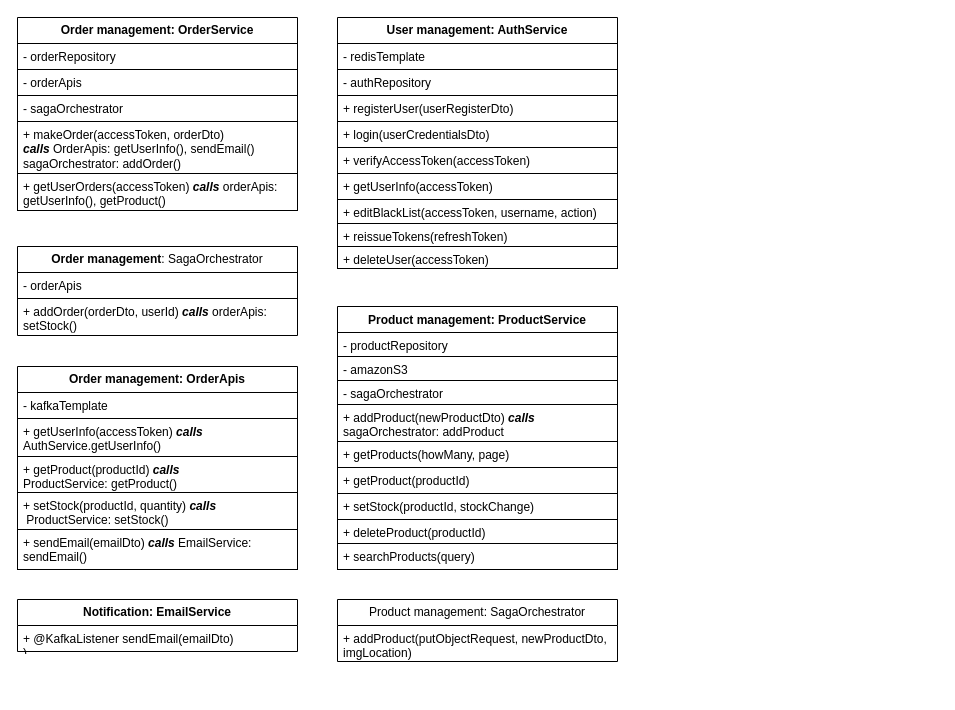
Above: Architecture/class_relationship.drawio in vacu9708/Shopping-mall (draw.io), before the change. Source tidied: cells renumbered, new cells numbered last; positions are measured from the earlier drawing's top-left corner, leaving out a move shared by most shapes. Both pictures are drawn from the tidied source at 100%, with x=0, y=0 at pixel (17, 17).
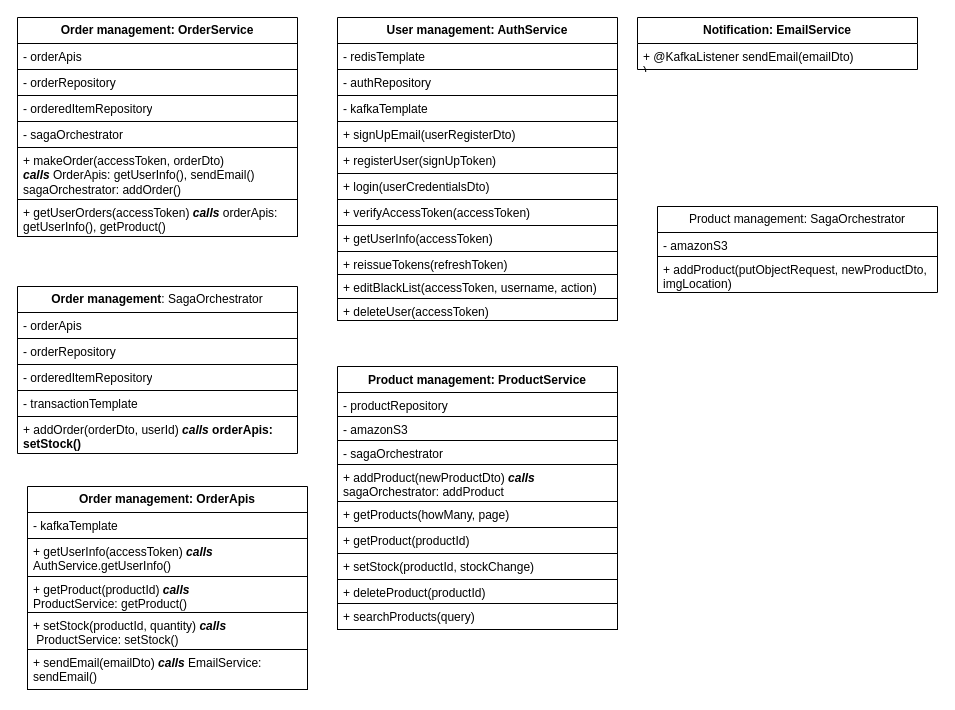
Above is the later version.

Change to the diagram source:
```diff
@@
     <mxCell id="2" value="&lt;b&gt;Order management: OrderService&lt;/b&gt;" style="swimlane;fontStyle=0;horizontal=1;startSize=26;fillColor=none;whiteSpace=wrap;html=1;" parent="1" vertex="1">
-      <mxGeometry width="280" height="193" as="geometry" />
+      <mxGeometry width="280" height="219" as="geometry" />
     </mxCell>
+    <mxCell id="4" value="- orderApis" style="text;strokeColor=default;fillColor=default;align=left;verticalAlign=top;spacingLeft=4;spacingRight=4;overflow=hidden;whiteSpace=wrap;html=1;" parent="2" vertex="1">
+      <mxGeometry y="26" width="280" height="26" as="geometry" />
+    </mxCell>
     <mxCell id="3" value="- orderRepository" style="text;strokeColor=default;fillColor=default;align=left;verticalAlign=top;spacingLeft=4;spacingRight=4;overflow=hidden;whiteSpace=wrap;html=1;" parent="2" vertex="1">
-      <mxGeometry y="26" width="280" height="26" as="geometry" />
+      <mxGeometry y="52" width="280" height="26" as="geometry" />
     </mxCell>
-    <mxCell id="4" value="- orderApis" style="text;strokeColor=default;fillColor=default;align=left;verticalAlign=top;spacingLeft=4;spacingRight=4;overflow=hidden;whiteSpace=wrap;html=1;" parent="2" vertex="1">
-      <mxGeometry y="52" width="280" height="26" as="geometry" />
-    </mxCell>
+    <mxCell id="41" value="-&amp;nbsp;orderedItemRepository" style="text;strokeColor=default;fillColor=default;align=left;verticalAlign=top;spacingLeft=4;spacingRight=4;overflow=hidden;whiteSpace=wrap;html=1;" parent="2" vertex="1">
+      <mxGeometry y="78" width="280" height="26" as="geometry" />
+    </mxCell>
     <mxCell id="5" value="- sagaOrchestrator" style="text;strokeColor=default;fillColor=default;align=left;verticalAlign=top;spacingLeft=4;spacingRight=4;overflow=hidden;whiteSpace=wrap;html=1;" parent="2" vertex="1">
-      <mxGeometry y="78" width="280" height="26" as="geometry" />
+      <mxGeometry y="104" width="280" height="26" as="geometry" />
     </mxCell>
     <mxCell id="6" value="&lt;div style=&quot;&quot;&gt;&lt;span style=&quot;background-color: initial;&quot;&gt;+ makeOrder(accessToken, orderDto) &lt;b&gt;&lt;i&gt;calls&lt;/i&gt;&lt;/b&gt;&amp;nbsp;OrderApis: getUserInfo(), sendEmail()&amp;nbsp; sagaOrchestrator: addOrder()&lt;/span&gt;&lt;/div&gt;" style="text;strokeColor=default;fillColor=default;align=left;verticalAlign=top;spacingLeft=4;spacingRight=4;overflow=hidden;whiteSpace=wrap;html=1;" parent="2" vertex="1">
-      <mxGeometry y="104" width="280" height="52" as="geometry" />
+      <mxGeometry y="130" width="280" height="52" as="geometry" />
     </mxCell>
     <mxCell id="7" value="&lt;div style=&quot;&quot;&gt;+ getUserOrders(accessToken)&amp;nbsp;&lt;b&gt;&lt;i&gt;calls &lt;/i&gt;&lt;/b&gt;orderApis: getUserInfo(), getProduct()&lt;/div&gt;" style="text;strokeColor=default;fillColor=default;align=left;verticalAlign=top;spacingLeft=4;spacingRight=4;overflow=hidden;whiteSpace=wrap;html=1;" parent="2" vertex="1">
-      <mxGeometry y="156" width="280" height="37" as="geometry" />
+      <mxGeometry y="182" width="280" height="37" as="geometry" />
     </mxCell>
     <mxCell id="8" value="&lt;b&gt;User management: AuthService&lt;/b&gt;" style="swimlane;fontStyle=0;horizontal=1;startSize=26;fillColor=none;whiteSpace=wrap;html=1;" parent="1" vertex="1">
-      <mxGeometry x="320" width="280" height="251" as="geometry" />
+      <mxGeometry x="320" width="280" height="303" as="geometry" />
     </mxCell>
@@
+    <mxCell id="42" value="- kafkaTemplate" style="text;strokeColor=default;fillColor=none;align=left;verticalAlign=top;spacingLeft=4;spacingRight=4;overflow=hidden;whiteSpace=wrap;html=1;" parent="8" vertex="1">
+      <mxGeometry y="78" width="280" height="26" as="geometry" />
+    </mxCell>
+    <mxCell id="43" value="+ signUpEmail(userRegisterDto)" style="text;strokeColor=default;fillColor=none;align=left;verticalAlign=top;spacingLeft=4;spacingRight=4;overflow=hidden;whiteSpace=wrap;html=1;" parent="8" vertex="1">
+      <mxGeometry y="104" width="280" height="26" as="geometry" />
+    </mxCell>
-    <mxCell id="11" value="+ registerUser(userRegisterDto)" style="text;strokeColor=default;fillColor=none;align=left;verticalAlign=top;spacingLeft=4;spacingRight=4;overflow=hidden;whiteSpace=wrap;html=1;" parent="8" vertex="1">
-      <mxGeometry y="78" width="280" height="26" as="geometry" />
+    <mxCell id="11" value="+ registerUser(signUpToken)" style="text;strokeColor=default;fillColor=none;align=left;verticalAlign=top;spacingLeft=4;spacingRight=4;overflow=hidden;whiteSpace=wrap;html=1;" parent="8" vertex="1">
+      <mxGeometry y="130" width="280" height="26" as="geometry" />
     </mxCell>
     <mxCell id="12" value="+ login(userCredentialsDto&lt;span style=&quot;background-color: initial;&quot;&gt;)&lt;/span&gt;" style="text;strokeColor=default;fillColor=none;align=left;verticalAlign=top;spacingLeft=4;spacingRight=4;overflow=hidden;whiteSpace=wrap;html=1;" parent="8" vertex="1">
-      <mxGeometry y="104" width="280" height="26" as="geometry" />
+      <mxGeometry y="156" width="280" height="26" as="geometry" />
     </mxCell>
     <mxCell id="13" value="&lt;p style=&quot;margin-top: 0pt; margin-bottom: 0pt; margin-left: 0in; direction: ltr; unicode-bidi: embed; word-break: normal;&quot;&gt;+ verifyAccessToken(accessToken)&lt;br&gt;&lt;/p&gt;" style="text;strokeColor=default;fillColor=none;align=left;verticalAlign=top;spacingLeft=4;spacingRight=4;overflow=hidden;whiteSpace=wrap;html=1;" parent="8" vertex="1">
-      <mxGeometry y="130" width="280" height="26" as="geometry" />
+      <mxGeometry y="182" width="280" height="26" as="geometry" />
     </mxCell>
     <mxCell id="14" value="+ getUserInfo(accessToken)" style="text;strokeColor=default;fillColor=none;align=left;verticalAlign=top;spacingLeft=4;spacingRight=4;overflow=hidden;whiteSpace=wrap;html=1;" parent="8" vertex="1">
-      <mxGeometry y="156" width="280" height="26" as="geometry" />
+      <mxGeometry y="208" width="280" height="26" as="geometry" />
     </mxCell>
+    <mxCell id="16" value="&lt;p style=&quot;margin-top: 0pt; margin-bottom: 0pt; margin-left: 0in; direction: ltr; unicode-bidi: embed; word-break: normal;&quot;&gt;+ reissueTokens(refreshToken)&lt;/p&gt;" style="text;strokeColor=default;fillColor=none;align=left;verticalAlign=top;spacingLeft=4;spacingRight=4;overflow=hidden;whiteSpace=wrap;html=1;" parent="8" vertex="1">
+      <mxGeometry y="234" width="280" height="23" as="geometry" />
+    </mxCell>
     <mxCell id="15" value="+ editBlackList(accessToken, username, action)" style="text;strokeColor=default;fillColor=none;align=left;verticalAlign=top;spacingLeft=4;spacingRight=4;overflow=hidden;whiteSpace=wrap;html=1;" parent="8" vertex="1">
-      <mxGeometry y="182" width="280" height="24" as="geometry" />
+      <mxGeometry y="257" width="280" height="24" as="geometry" />
     </mxCell>
-    <mxCell id="16" value="&lt;p style=&quot;margin-top: 0pt; margin-bottom: 0pt; margin-left: 0in; direction: ltr; unicode-bidi: embed; word-break: normal;&quot;&gt;+ reissueTokens(refreshToken)&lt;/p&gt;" style="text;strokeColor=default;fillColor=none;align=left;verticalAlign=top;spacingLeft=4;spacingRight=4;overflow=hidden;whiteSpace=wrap;html=1;" parent="8" vertex="1">
-      <mxGeometry y="206" width="280" height="23" as="geometry" />
-    </mxCell>
     <mxCell id="17" value="&lt;p style=&quot;margin-top: 0pt; margin-bottom: 0pt; margin-left: 0in; direction: ltr; unicode-bidi: embed; word-break: normal;&quot;&gt;+ deleteUser(accessToken)&lt;/p&gt;" style="text;strokeColor=default;fillColor=none;align=left;verticalAlign=top;spacingLeft=4;spacingRight=4;overflow=hidden;whiteSpace=wrap;html=1;" parent="8" vertex="1">
-      <mxGeometry y="229" width="280" height="22" as="geometry" />
+      <mxGeometry y="281" width="280" height="22" as="geometry" />
     </mxCell>
     <mxCell id="18" value="Product management: ProductService" style="swimlane;fontStyle=1;align=center;verticalAlign=top;horizontal=1;startSize=26;whiteSpace=wrap;html=1;fillColor=none;" parent="1" vertex="1">
-      <mxGeometry x="320" y="289" width="280" height="263" as="geometry" />
+      <mxGeometry x="320" y="349" width="280" height="263" as="geometry" />
     </mxCell>
@@
     <mxCell id="28" value="&lt;b&gt;Notification: EmailService&lt;/b&gt;" style="swimlane;fontStyle=0;horizontal=1;startSize=26;fillColor=none;whiteSpace=wrap;html=1;" parent="1" vertex="1">
-      <mxGeometry y="582" width="280" height="52" as="geometry" />
+      <mxGeometry x="620" width="280" height="52" as="geometry" />
     </mxCell>
@@
     <mxCell id="30" value="&lt;b&gt;Order management: OrderApis&lt;/b&gt;" style="swimlane;fontStyle=0;horizontal=1;startSize=26;fillColor=none;whiteSpace=wrap;html=1;" parent="1" vertex="1">
-      <mxGeometry y="349" width="280" height="203" as="geometry" />
+      <mxGeometry x="10" y="469" width="280" height="203" as="geometry" />
     </mxCell>
@@
     <mxCell id="36" value="Product management: SagaOrchestrator" style="swimlane;fontStyle=0;horizontal=1;startSize=26;fillColor=none;whiteSpace=wrap;html=1;" parent="1" vertex="1">
-      <mxGeometry x="320" y="582" width="280" height="62" as="geometry" />
+      <mxGeometry x="640" y="189" width="280" height="86" as="geometry" />
     </mxCell>
+    <mxCell id="44" value="- amazonS3" style="text;strokeColor=default;fillColor=none;align=left;verticalAlign=top;spacingLeft=4;spacingRight=4;overflow=hidden;whiteSpace=wrap;html=1;" parent="36" vertex="1">
+      <mxGeometry y="26" width="280" height="24" as="geometry" />
+    </mxCell>
     <mxCell id="37" value="+&amp;nbsp;addProduct(putObjectRequest, newProductDto, imgLocation)" style="text;strokeColor=none;fillColor=none;align=left;verticalAlign=top;spacingLeft=4;spacingRight=4;overflow=hidden;whiteSpace=wrap;html=1;" parent="36" vertex="1">
-      <mxGeometry y="26" width="280" height="36" as="geometry" />
+      <mxGeometry y="50" width="280" height="36" as="geometry" />
     </mxCell>
     <mxCell id="38" value="&lt;b style=&quot;border-color: var(--border-color);&quot;&gt;Order management&lt;/b&gt;: SagaOrchestrator" style="swimlane;fontStyle=0;horizontal=1;startSize=26;fillColor=none;whiteSpace=wrap;html=1;" parent="1" vertex="1">
-      <mxGeometry y="229" width="280" height="89" as="geometry" />
+      <mxGeometry y="269" width="280" height="167" as="geometry" />
     </mxCell>
@@
+    <mxCell id="45" value="-&amp;nbsp;orderRepository" style="text;strokeColor=default;fillColor=default;align=left;verticalAlign=top;spacingLeft=4;spacingRight=4;overflow=hidden;whiteSpace=wrap;html=1;" parent="38" vertex="1">
+      <mxGeometry y="52" width="280" height="26" as="geometry" />
+    </mxCell>
+    <mxCell id="46" value="-&amp;nbsp;orderedItemRepository" style="text;strokeColor=default;fillColor=default;align=left;verticalAlign=top;spacingLeft=4;spacingRight=4;overflow=hidden;whiteSpace=wrap;html=1;" parent="38" vertex="1">
+      <mxGeometry y="78" width="280" height="26" as="geometry" />
+    </mxCell>
+    <mxCell id="47" value="-&amp;nbsp;transactionTemplate" style="text;strokeColor=default;fillColor=default;align=left;verticalAlign=top;spacingLeft=4;spacingRight=4;overflow=hidden;whiteSpace=wrap;html=1;" parent="38" vertex="1">
+      <mxGeometry y="104" width="280" height="26" as="geometry" />
+    </mxCell>
-    <mxCell id="40" value="+&amp;nbsp;addOrder(orderDto, userId)&amp;nbsp;&lt;b&gt;&lt;i&gt;calls &lt;/i&gt;&lt;/b&gt;orderApis: setStock()" style="text;strokeColor=none;fillColor=none;align=left;verticalAlign=top;spacingLeft=4;spacingRight=4;overflow=hidden;whiteSpace=wrap;html=1;" parent="38" vertex="1">
-      <mxGeometry y="52" width="280" height="37" as="geometry" />
+    <mxCell id="40" value="+&amp;nbsp;addOrder(orderDto, userId)&amp;nbsp;&lt;b&gt;&lt;i&gt;calls &lt;/i&gt;orderApis: setStock()&lt;/b&gt;" style="text;strokeColor=none;fillColor=none;align=left;verticalAlign=top;spacingLeft=4;spacingRight=4;overflow=hidden;whiteSpace=wrap;html=1;" parent="38" vertex="1">
+      <mxGeometry y="130" width="280" height="37" as="geometry" />
     </mxCell>
```
